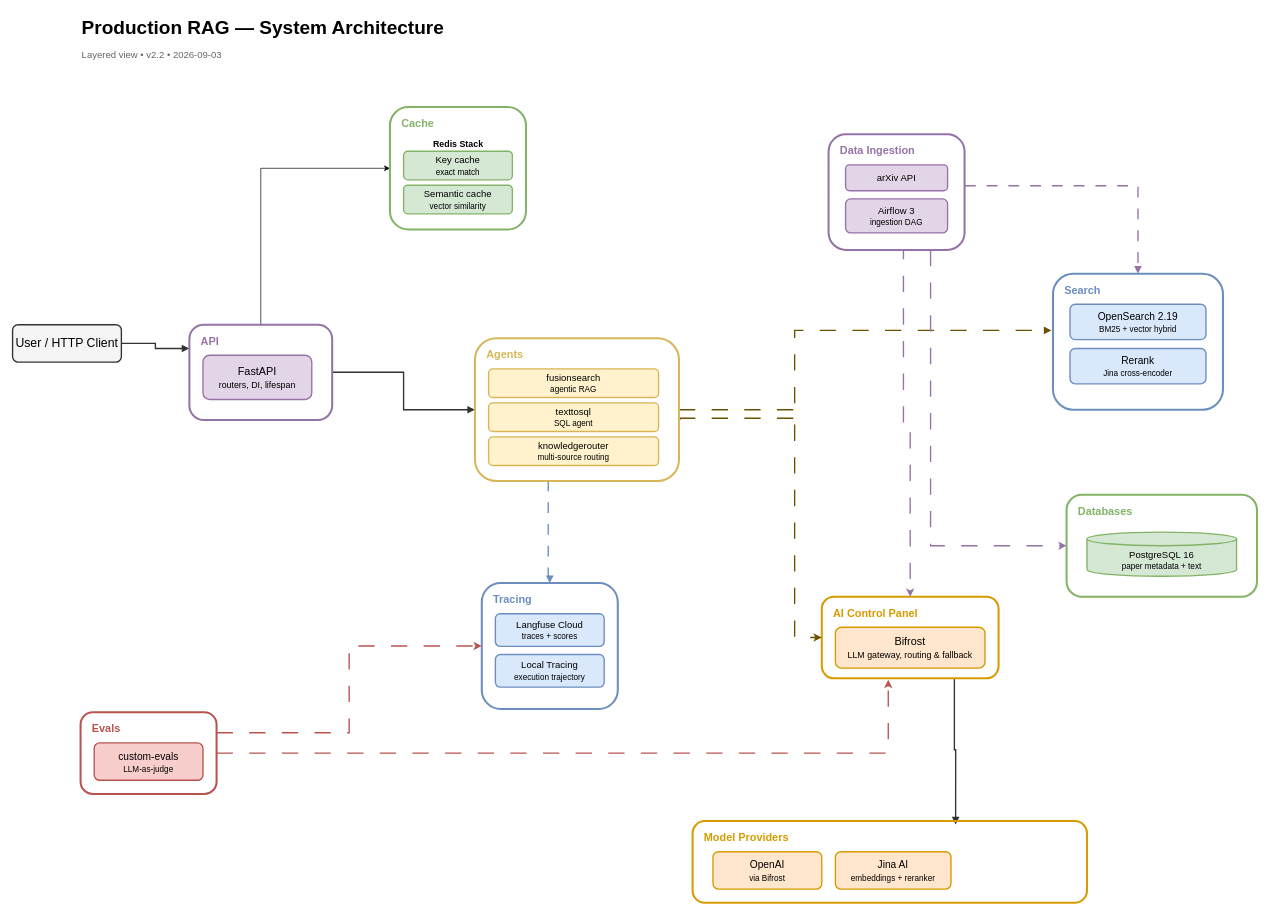
Earlier version of the draw.io diagram docs/assets/system-architecture.drawio (apssouza22/production-rag). Source tidied: cells renumbered, new cells numbered last; positions are measured from the earlier drawing's top-left corner, leaving out a move shared by most shapes. Both pictures are drawn from the tidied source at 68%, with x=0, y=0 at pixel (12, 12).
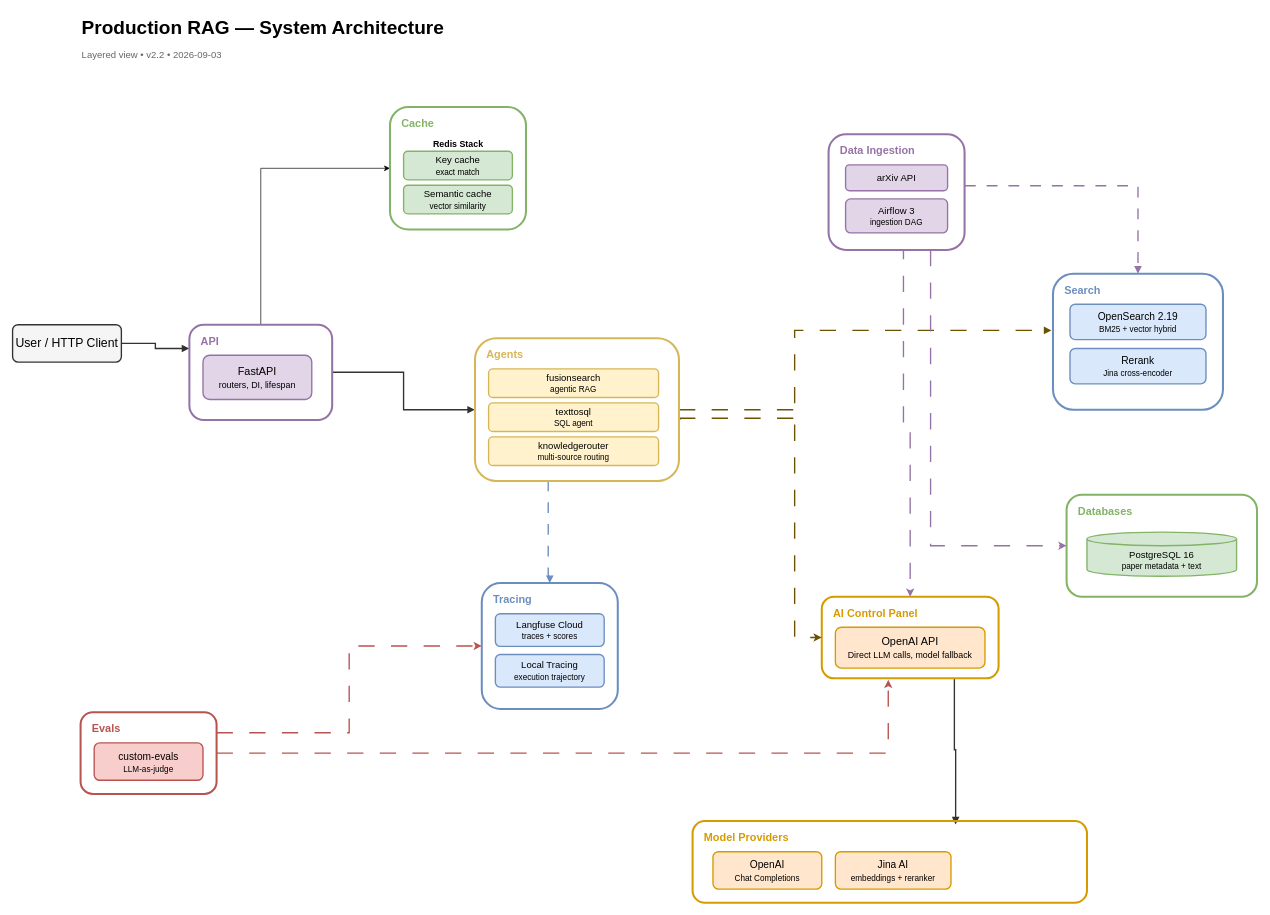
Above is the later version.

Unchanged cells that the change refers to:
```xml
<mxCell id="18" style="group;" parent="1" vertex="1">
  <mxGeometry x="1190" y="860" width="260" height="120" as="geometry" />
</mxCell>
<mxCell id="22" style="group;" parent="1" vertex="1">
  <mxGeometry x="1000" y="1190" width="580" height="120" as="geometry" />
</mxCell>
```

What changed in the source:
```diff
@@
-    <mxCell id="21" value="Bifrost&lt;br&gt;&lt;font style=&quot;font-size:13px;&quot;&gt;LLM gateway, routing &amp;amp; fallback&lt;/font&gt;" style="rounded=1;whiteSpace=wrap;html=1;fillColor=#ffe6cc;strokeColor=#d79b00;strokeWidth=2;fontSize=16;fontFamily=Helvetica;align=center;verticalAlign=middle;" parent="18" vertex="1">
+    <mxCell id="21" value="OpenAI API&lt;br&gt;&lt;font style=&quot;font-size:13px;&quot;&gt;Direct LLM calls, model fallback&lt;/font&gt;" style="rounded=1;whiteSpace=wrap;html=1;fillColor=#ffe6cc;strokeColor=#d79b00;strokeWidth=2;fontSize=16;fontFamily=Helvetica;align=center;verticalAlign=middle;" parent="18" vertex="1">
       <mxGeometry x="20" y="45" width="220" height="60" as="geometry" />
     </mxCell>
@@
-    <mxCell id="26" value="OpenAI&lt;br&gt;&lt;font style=&quot;font-size:12px;&quot;&gt;via Bifrost&lt;/font&gt;" style="rounded=1;whiteSpace=wrap;html=1;fillColor=#ffe6cc;strokeColor=#d79b00;strokeWidth=2;fontSize=15;fontFamily=Helvetica;align=center;verticalAlign=middle;" parent="22" vertex="1">
+    <mxCell id="26" value="OpenAI&lt;br&gt;&lt;font style=&quot;font-size:12px;&quot;&gt;Chat Completions&lt;/font&gt;" style="rounded=1;whiteSpace=wrap;html=1;fillColor=#ffe6cc;strokeColor=#d79b00;strokeWidth=2;fontSize=15;fontFamily=Helvetica;align=center;verticalAlign=middle;" parent="22" vertex="1">
       <mxGeometry x="30" y="45" width="160" height="55" as="geometry" />
     </mxCell>
```
